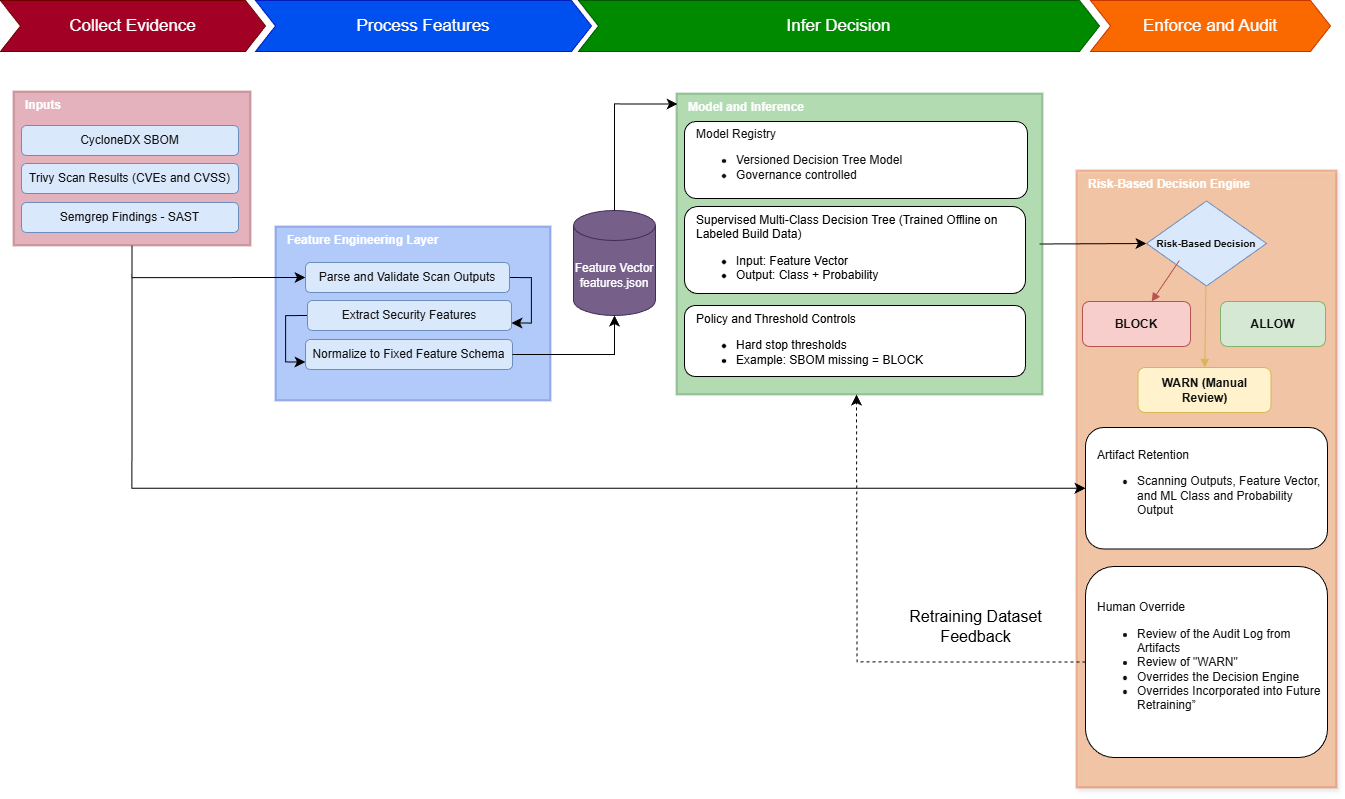
The draw.io diagram documentation/design/ml-architecture.png in castroaj/risk-aware-supply-chain-security, before a commit. Source tidied: cells renumbered, new cells last; positions are measured from the earlier drawing's top-left corner, leaving out a move shared by most shapes.
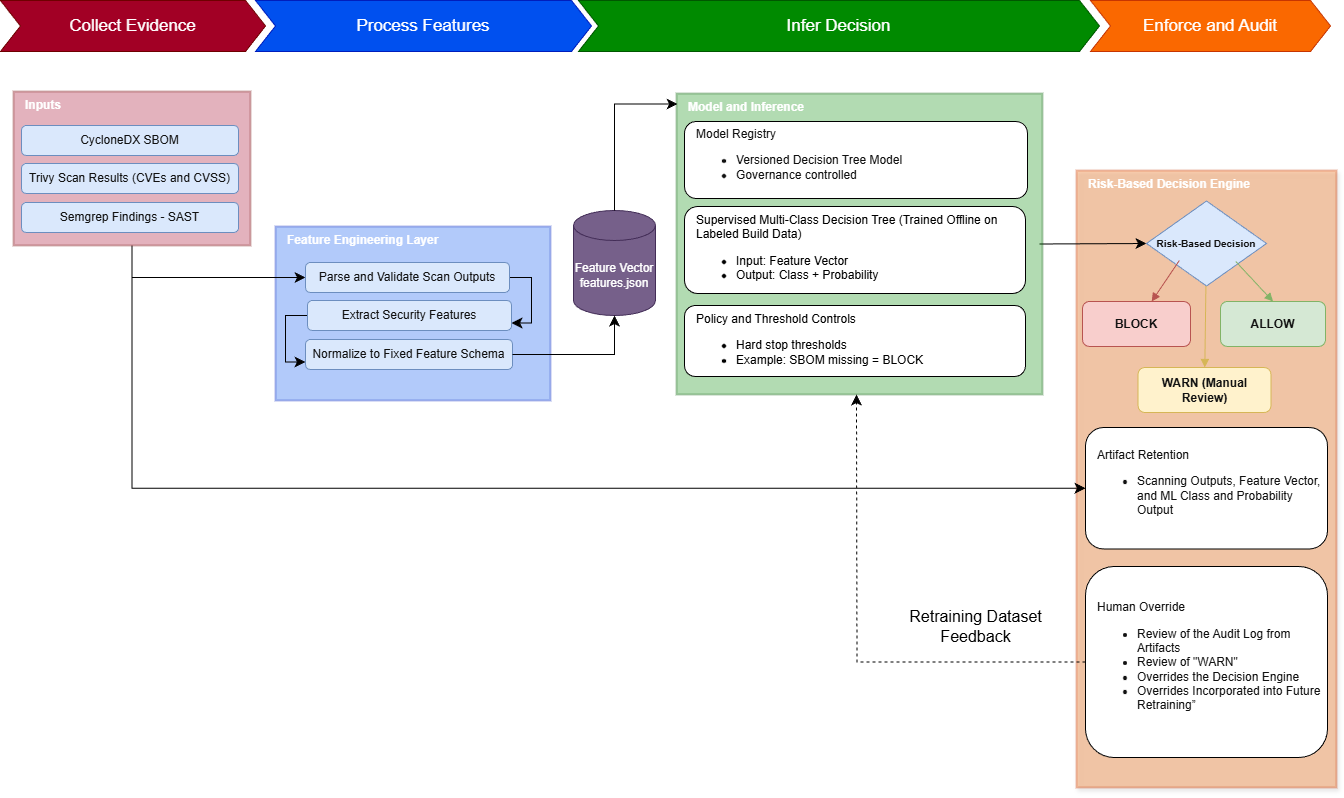
After the change.

Commit message:
updated the missing arrow on the design for the ml

Diff of the diagram source:
```diff
@@ -115,5 +115,8 @@
     <mxCell id="36" style="edgeStyle=orthogonalEdgeStyle;rounded=0;jettySize=auto;html=1;exitX=0.5;exitY=0;exitDx=0;exitDy=0;exitPerimeter=0;entryX=0.003;entryY=0.035;entryDx=0;entryDy=0;entryPerimeter=0;fontSize=12;startSize=8;endSize=8;" parent="1" edge="1" source="29" target="4">
       <mxGeometry relative="1" as="geometry" />
     </mxCell>
+    <mxCell id="37" style="endArrow=block;html=1;strokeColor=#82b366;exitX=0.744;exitY=0.712;exitDx=0;exitDy=0;exitPerimeter=0;entryX=0.5;entryY=0;entryDx=0;entryDy=0;fillColor=#d5e8d4;" parent="1" edge="1" source="13" target="14">
+      <mxGeometry relative="1" as="geometry" />
+    </mxCell>
   </root>
 </mxGraphModel>
```
